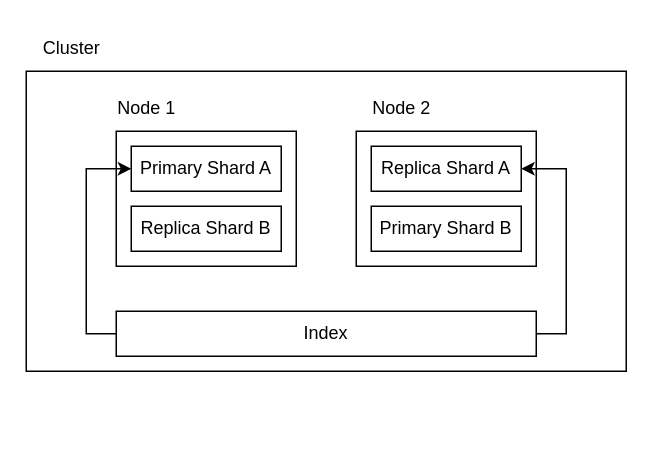
Before: elasticsearch.drawio in schattenbrot/draw-io, a draw.io diagram. Source tidied: cells renumbered, new cells numbered last; positions are measured from the earlier drawing's top-left corner, leaving out a move shared by most shapes. Both pictures are drawn from the tidied source at 150%, with x=0, y=0 at pixel (26, 26).
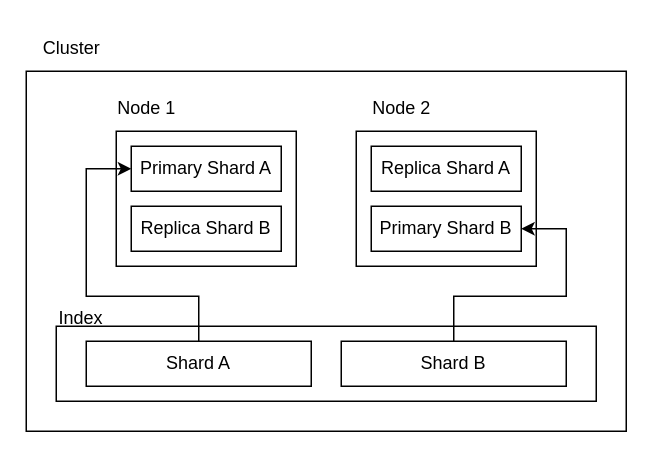
Above is the later version.

The change refers to these unchanged cells:
```xml
<mxCell id="6" value="&lt;div&gt;Primary Shard A&lt;/div&gt;" style="rounded=0;whiteSpace=wrap;html=1;" parent="1" vertex="1">
  <mxGeometry x="70" y="80" width="100" height="30" as="geometry" />
</mxCell>
<mxCell id="10" value="&lt;div&gt;Replica Shard A&lt;/div&gt;" style="rounded=0;whiteSpace=wrap;html=1;" parent="1" vertex="1">
  <mxGeometry x="230" y="80" width="100" height="30" as="geometry" />
</mxCell>
<mxCell id="11" value="Primary Shard B" style="rounded=0;whiteSpace=wrap;html=1;" parent="1" vertex="1">
  <mxGeometry x="230" y="120" width="100" height="30" as="geometry" />
</mxCell>
```

Diff of the diagram source:
```diff
@@
     <mxCell id="2" style="rounded=0;whiteSpace=wrap;html=1;" parent="1" vertex="1">
-      <mxGeometry y="30" width="400" height="200" as="geometry" />
+      <mxGeometry y="30" width="400" height="240" as="geometry" />
     </mxCell>
@@
+    <mxCell id="14" style="rounded=0;whiteSpace=wrap;html=1;" parent="1" vertex="1">
+      <mxGeometry x="20" y="200" width="360" height="50" as="geometry" />
+    </mxCell>
+    <mxCell id="15" value="Shard A" style="rounded=0;whiteSpace=wrap;html=1;" parent="1" vertex="1">
+      <mxGeometry x="40" y="210" width="150" height="30" as="geometry" />
+    </mxCell>
+    <mxCell id="16" style="edgeStyle=orthogonalEdgeStyle;rounded=0;jettySize=auto;html=1;exitX=0.5;exitY=0;exitDx=0;exitDy=0;entryX=1;entryY=0.5;entryDx=0;entryDy=0;" parent="1" edge="1" source="17" target="11">
+      <mxGeometry relative="1" as="geometry">
+        <Array as="points">
+          <mxPoint x="285" y="180" />
+          <mxPoint x="360" y="180" />
+          <mxPoint x="360" y="135" />
+        </Array>
+      </mxGeometry>
+    </mxCell>
+    <mxCell id="17" value="Shard B" style="rounded=0;whiteSpace=wrap;html=1;" parent="1" vertex="1">
+      <mxGeometry x="210" y="210" width="150" height="30" as="geometry" />
+    </mxCell>
-    <mxCell id="12" style="edgeStyle=orthogonalEdgeStyle;rounded=0;jettySize=auto;html=1;exitX=0;exitY=0.5;exitDx=0;exitDy=0;entryX=0;entryY=0.5;entryDx=0;entryDy=0;" parent="1" edge="1" source="14" target="6">
-      <mxGeometry relative="1" as="geometry" />
+    <mxCell id="12" style="edgeStyle=orthogonalEdgeStyle;rounded=0;jettySize=auto;html=1;exitX=0.5;exitY=0;exitDx=0;exitDy=0;entryX=0;entryY=0.5;entryDx=0;entryDy=0;" parent="1" edge="1" source="15" target="6">
+      <mxGeometry relative="1" as="geometry">
+        <Array as="points">
+          <mxPoint x="115" y="180" />
+          <mxPoint x="40" y="180" />
+          <mxPoint x="40" y="95" />
+        </Array>
+      </mxGeometry>
     </mxCell>
-    <mxCell id="13" style="edgeStyle=orthogonalEdgeStyle;rounded=0;jettySize=auto;html=1;exitX=1;exitY=0.5;exitDx=0;exitDy=0;entryX=1;entryY=0.5;entryDx=0;entryDy=0;" parent="1" edge="1" source="14" target="10">
-      <mxGeometry relative="1" as="geometry" />
-    </mxCell>
-    <mxCell id="14" value="Index" style="rounded=0;whiteSpace=wrap;html=1;" parent="1" vertex="1">
-      <mxGeometry x="60" y="190" width="280" height="30" as="geometry" />
-    </mxCell>
+    <mxCell id="18" value="Index" style="text;html=1;strokeColor=none;fillColor=none;align=left;verticalAlign=middle;whiteSpace=wrap;rounded=0;" parent="1" vertex="1">
+      <mxGeometry x="20" y="180" width="60" height="30" as="geometry" />
+    </mxCell>
```
